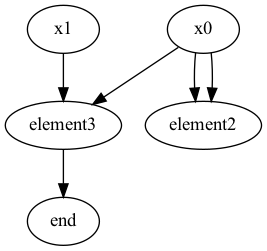
PeterLarochkin/discrete_structures keeps this Graphviz diagram as HM2/scheme.dot.png. Above is the earlier version. Its source is kept beside it as HM2/scheme.dot.
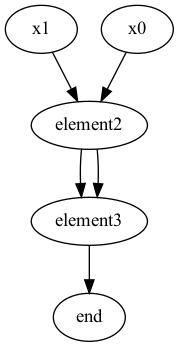
Above is the later version.

Change to the diagram source:
```diff
@@ -1,9 +1,9 @@
 digraph G {
 
+ "element2" -> "element3";
+ "x1" -> "element2";
+ "x0" -> "element2";
+ "element2" -> "element3";
  "element3" -> "end";
- "x0" -> "element3";
- "x1" -> "element3";
- "x0" -> "element2";
- "x0" -> "element2";
 
 }
```
